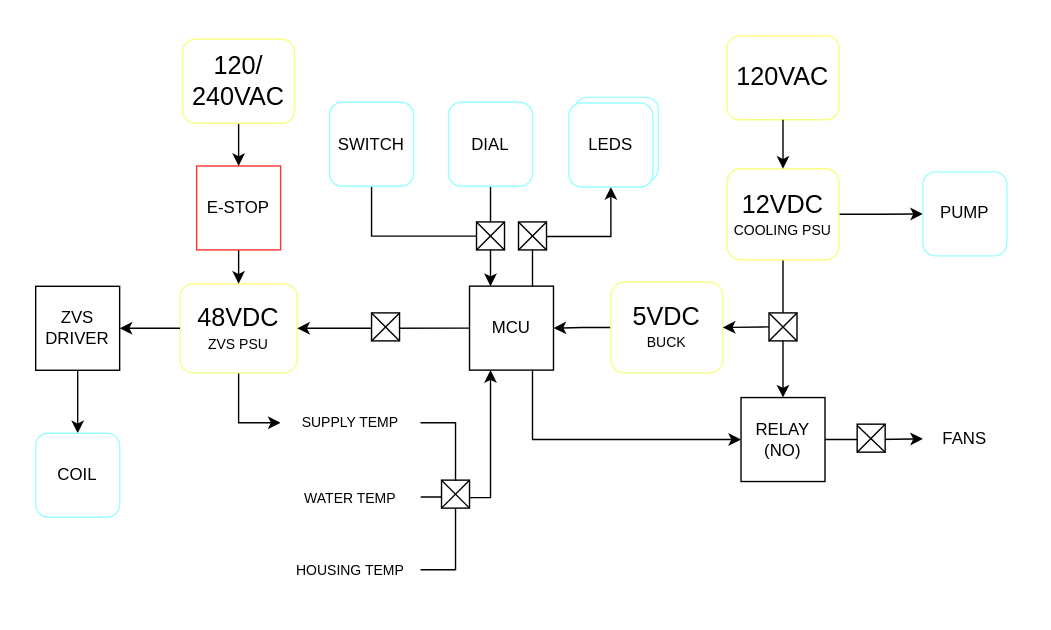
The draw.io diagram assets/system_block.svg in m24842/OpenForge, before a commit. Source tidied: cells renumbered, new cells last; positions are measured from the earlier drawing's top-left corner, leaving out a move shared by most shapes.
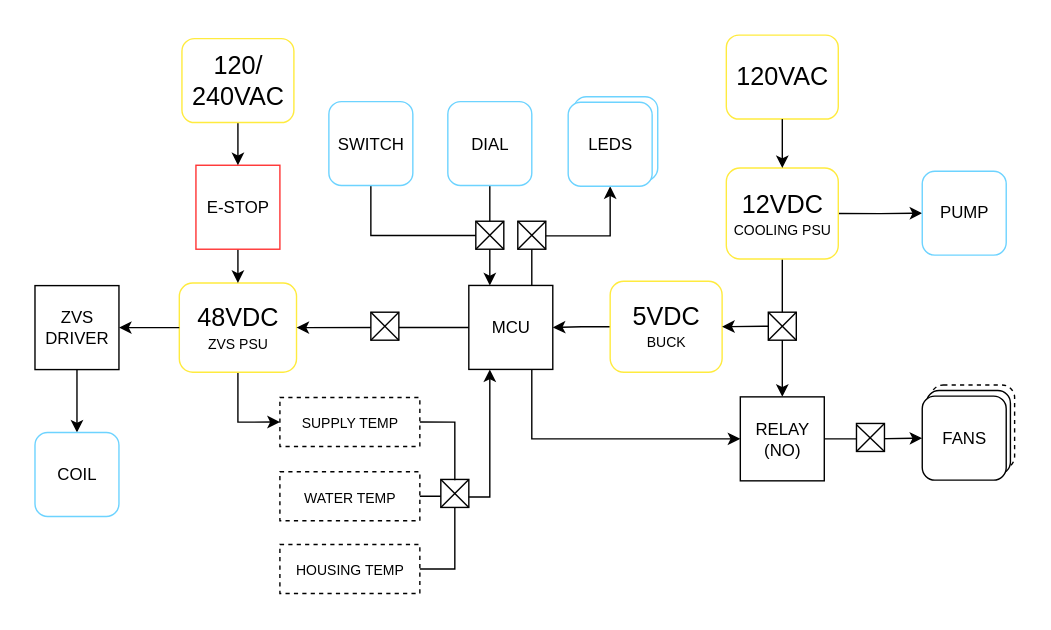
Above is the later version.

Change to the diagram source:
```diff
@@ -2,13 +2,13 @@
   <root>
     <mxCell id="0" />
     <mxCell id="1" parent="0" />
-    <mxCell id="2" value="&lt;font style=&quot;font-size: 18px;&quot;&gt;120VAC&lt;/font&gt;" style="rounded=1;whiteSpace=wrap;html=1;strokeColor=light-dark(#F7FF87,#F7FF87);" parent="1" vertex="1">
+    <mxCell id="2" value="&lt;font style=&quot;font-size: 18px;&quot;&gt;120VAC&lt;/font&gt;" style="rounded=1;whiteSpace=wrap;html=1;strokeColor=light-dark(#FFEB3F,#F7FF87);" parent="1" vertex="1">
       <mxGeometry x="494" width="80" height="60" as="geometry" />
     </mxCell>
     <mxCell id="3" style="edgeStyle=orthogonalEdgeStyle;rounded=0;jettySize=auto;html=1;exitX=0.5;exitY=1;exitDx=0;exitDy=0;entryX=0;entryY=0.5;entryDx=0;entryDy=0;" parent="1" edge="1" source="4" target="54">
       <mxGeometry relative="1" as="geometry" />
     </mxCell>
-    <mxCell id="4" value="&lt;span style=&quot;font-size: 18px;&quot;&gt;48VDC&lt;/span&gt;&lt;div&gt;&lt;font style=&quot;font-size: 10px;&quot;&gt;ZVS PSU&lt;/font&gt;&lt;/div&gt;" style="rounded=1;whiteSpace=wrap;html=1;strokeColor=light-dark(#F7FF87,#F7FF87);" parent="1" vertex="1">
+    <mxCell id="4" value="&lt;span style=&quot;font-size: 18px;&quot;&gt;48VDC&lt;/span&gt;&lt;div&gt;&lt;font style=&quot;font-size: 10px;&quot;&gt;ZVS PSU&lt;/font&gt;&lt;/div&gt;" style="rounded=1;whiteSpace=wrap;html=1;strokeColor=light-dark(#FFEB3F,#F7FF87);" parent="1" vertex="1">
       <mxGeometry x="103.1" y="177.1" width="83.8" height="63.8" as="geometry" />
     </mxCell>
     <mxCell id="5" style="edgeStyle=orthogonalEdgeStyle;rounded=0;jettySize=auto;html=1;exitX=0.5;exitY=1;exitDx=0;exitDy=0;entryX=0.5;entryY=0;entryDx=0;entryDy=0;" parent="1" edge="1" source="7" target="52">
@@ -17,7 +17,7 @@
     <mxCell id="6" style="edgeStyle=orthogonalEdgeStyle;rounded=0;jettySize=auto;html=1;exitX=1;exitY=0.5;exitDx=0;exitDy=0;entryX=0;entryY=0.5;entryDx=0;entryDy=0;" parent="1" edge="1" source="7" target="47">
       <mxGeometry relative="1" as="geometry" />
     </mxCell>
-    <mxCell id="7" value="&lt;span style=&quot;font-size: 18px;&quot;&gt;12VDC&lt;/span&gt;&lt;div&gt;&lt;font size=&quot;1&quot;&gt;COOLING PSU&lt;/font&gt;&lt;/div&gt;" style="rounded=1;whiteSpace=wrap;html=1;strokeColor=light-dark(#F7FF87,#F7FF87);" parent="1" vertex="1">
+    <mxCell id="7" value="&lt;span style=&quot;font-size: 18px;&quot;&gt;12VDC&lt;/span&gt;&lt;div&gt;&lt;font size=&quot;1&quot;&gt;COOLING PSU&lt;/font&gt;&lt;/div&gt;" style="rounded=1;whiteSpace=wrap;html=1;strokeColor=light-dark(#FFEB3F,#F7FF87);" parent="1" vertex="1">
       <mxGeometry x="494" y="95" width="80" height="65" as="geometry" />
     </mxCell>
     <mxCell id="8" style="edgeStyle=orthogonalEdgeStyle;rounded=0;jettySize=auto;html=1;exitX=0.5;exitY=1;exitDx=0;exitDy=0;entryX=0.5;entryY=0;entryDx=0;entryDy=0;" parent="1" edge="1" source="9" target="16">
@@ -37,7 +37,7 @@
         <mxPoint x="300" y="318" as="targetPoint" />
       </mxGeometry>
     </mxCell>
-    <mxCell id="13" value="&lt;font&gt;WATER TEMP&lt;/font&gt;" style="text;html=1;whiteSpace=wrap;strokeColor=light-dark(#FFFFFF,#FFFFFF);fillColor=none;align=center;verticalAlign=middle;rounded=0;strokeWidth=1;dashed=1;fontSize=10;" parent="1" vertex="1">
+    <mxCell id="13" value="&lt;font&gt;WATER TEMP&lt;/font&gt;" style="text;html=1;whiteSpace=wrap;strokeColor=default;fillColor=none;align=center;verticalAlign=middle;rounded=0;strokeWidth=1;dashed=1;fontSize=10;" parent="1" vertex="1">
       <mxGeometry x="175" y="312" width="100" height="35" as="geometry" />
     </mxCell>
     <mxCell id="14" style="edgeStyle=orthogonalEdgeStyle;rounded=0;jettySize=auto;html=1;exitX=1;exitY=0.5;exitDx=0;exitDy=0;entryX=0.25;entryY=1;entryDx=0;entryDy=0;" parent="1" edge="1" source="15" target="55">
@@ -49,10 +49,10 @@
         </Array>
       </mxGeometry>
     </mxCell>
-    <mxCell id="15" value="HOUSING TEMP" style="text;html=1;whiteSpace=wrap;strokeColor=light-dark(#FFFFFF,#FFFFFF);fillColor=none;align=center;verticalAlign=middle;rounded=0;strokeWidth=1;dashed=1;fontSize=10;" parent="1" vertex="1">
+    <mxCell id="15" value="HOUSING TEMP" style="text;html=1;whiteSpace=wrap;strokeColor=default;fillColor=none;align=center;verticalAlign=middle;rounded=0;strokeWidth=1;dashed=1;fontSize=10;" parent="1" vertex="1">
       <mxGeometry x="175" y="364" width="100" height="35" as="geometry" />
     </mxCell>
-    <mxCell id="16" value="COIL" style="rounded=1;whiteSpace=wrap;html=1;strokeColor=light-dark(#99FFFF,#99FFFF);" parent="1" vertex="1">
+    <mxCell id="16" value="COIL" style="rounded=1;whiteSpace=wrap;html=1;strokeColor=light-dark(#6DD3FF,#99FFFF);" parent="1" vertex="1">
       <mxGeometry y="284" width="60" height="60" as="geometry" />
     </mxCell>
     <mxCell id="17" style="edgeStyle=orthogonalEdgeStyle;rounded=0;jettySize=auto;html=1;exitX=0;exitY=0.5;exitDx=0;exitDy=0;entryX=1;entryY=0.5;entryDx=0;entryDy=0;" parent="1" edge="1" source="55" target="4">
@@ -157,19 +157,19 @@
         <mxPoint as="sourcePoint" />
       </mxGeometry>
     </mxCell>
-    <mxCell id="47" value="PUMP" style="rounded=1;whiteSpace=wrap;html=1;strokeColor=light-dark(#99FFFF,#99FFFF);" parent="1" vertex="1">
+    <mxCell id="47" value="PUMP" style="rounded=1;whiteSpace=wrap;html=1;strokeColor=light-dark(#6DD3FF,#99FFFF);" parent="1" vertex="1">
       <mxGeometry x="634" y="97.2" width="60" height="60" as="geometry" />
     </mxCell>
     <mxCell id="48" style="group;strokeColor=none;" parent="1" vertex="1">
       <mxGeometry x="634" y="250" width="66" height="68" as="geometry" />
     </mxCell>
-    <mxCell id="49" value="FANS" style="rounded=1;whiteSpace=wrap;html=1;dashed=1;strokeColor=light-dark(transparent,#99FFFF);" parent="48" vertex="1">
+    <mxCell id="49" value="FANS" style="rounded=1;whiteSpace=wrap;html=1;dashed=1;strokeColor=default;" parent="48" vertex="1">
       <mxGeometry x="6" width="60" height="60" as="geometry" />
     </mxCell>
-    <mxCell id="50" value="FANS" style="rounded=1;whiteSpace=wrap;html=1;strokeColor=light-dark(transparent,#99FFFF);" parent="48" vertex="1">
+    <mxCell id="50" value="FANS" style="rounded=1;whiteSpace=wrap;html=1;strokeColor=default;" parent="48" vertex="1">
       <mxGeometry x="3" y="4" width="60" height="60" as="geometry" />
     </mxCell>
-    <mxCell id="51" value="FANS" style="rounded=1;whiteSpace=wrap;html=1;strokeColor=light-dark(transparent,#99FFFF);" parent="48" vertex="1">
+    <mxCell id="51" value="FANS" style="rounded=1;whiteSpace=wrap;html=1;strokeColor=default;" parent="48" vertex="1">
       <mxGeometry y="8" width="60" height="60" as="geometry" />
     </mxCell>
     <mxCell id="52" value="RELAY&lt;div&gt;(NO)&lt;/div&gt;" style="rounded=0;whiteSpace=wrap;html=1;" parent="1" vertex="1">
@@ -180,7 +180,7 @@
         <mxPoint x="300" y="318" as="targetPoint" />
       </mxGeometry>
     </mxCell>
-    <mxCell id="54" value="&lt;font&gt;SUPPLY TEMP&lt;/font&gt;" style="text;html=1;whiteSpace=wrap;strokeColor=light-dark(#FFFFFF,#FFFFFF);fillColor=none;align=center;verticalAlign=middle;rounded=0;strokeWidth=1;dashed=1;fontSize=10;" parent="1" vertex="1">
+    <mxCell id="54" value="&lt;font&gt;SUPPLY TEMP&lt;/font&gt;" style="text;html=1;whiteSpace=wrap;strokeColor=default;fillColor=none;align=center;verticalAlign=middle;rounded=0;strokeWidth=1;dashed=1;fontSize=10;" parent="1" vertex="1">
       <mxGeometry x="175" y="259" width="100" height="35" as="geometry" />
     </mxCell>
     <mxCell id="55" value="MCU" style="rounded=0;whiteSpace=wrap;html=1;" parent="1" vertex="1">
@@ -192,13 +192,13 @@
     <mxCell id="57" value="E-STOP" style="rounded=0;whiteSpace=wrap;html=1;strokeColor=light-dark(#FF3333,#FF3333);" parent="1" vertex="1">
       <mxGeometry x="115" y="93" width="60" height="60" as="geometry" />
     </mxCell>
-    <mxCell id="58" value="&lt;span style=&quot;font-size: 18px;&quot;&gt;5VDC&lt;/span&gt;&lt;div&gt;&lt;font size=&quot;1&quot;&gt;BUCK&lt;/font&gt;&lt;/div&gt;" style="rounded=1;whiteSpace=wrap;html=1;strokeColor=light-dark(#F7FF87,#F7FF87);" parent="1" vertex="1">
+    <mxCell id="58" value="&lt;span style=&quot;font-size: 18px;&quot;&gt;5VDC&lt;/span&gt;&lt;div&gt;&lt;font size=&quot;1&quot;&gt;BUCK&lt;/font&gt;&lt;/div&gt;" style="rounded=1;whiteSpace=wrap;html=1;strokeColor=light-dark(#FFEB3F,#F7FF87);" parent="1" vertex="1">
       <mxGeometry x="411" y="175.9" width="80" height="65" as="geometry" />
     </mxCell>
     <mxCell id="59" style="edgeStyle=orthogonalEdgeStyle;rounded=0;jettySize=auto;html=1;exitX=0.5;exitY=1;exitDx=0;exitDy=0;entryX=0.5;entryY=0;entryDx=0;entryDy=0;" parent="1" edge="1" source="60" target="57">
       <mxGeometry relative="1" as="geometry" />
     </mxCell>
-    <mxCell id="60" value="&lt;font style=&quot;font-size: 18px;&quot;&gt;120/&lt;/font&gt;&lt;div&gt;&lt;font style=&quot;font-size: 18px;&quot;&gt;240VAC&lt;/font&gt;&lt;/div&gt;" style="rounded=1;whiteSpace=wrap;html=1;strokeColor=light-dark(#F7FF87,#F7FF87);" parent="1" vertex="1">
+    <mxCell id="60" value="&lt;font style=&quot;font-size: 18px;&quot;&gt;120/&lt;/font&gt;&lt;div&gt;&lt;font style=&quot;font-size: 18px;&quot;&gt;240VAC&lt;/font&gt;&lt;/div&gt;" style="rounded=1;whiteSpace=wrap;html=1;strokeColor=light-dark(#FFEB3F,#F7FF87);" parent="1" vertex="1">
       <mxGeometry x="105" y="2.5" width="80" height="60" as="geometry" />
     </mxCell>
     <mxCell id="61" style="edgeStyle=none;rounded=0;jettySize=auto;html=1;exitX=0;exitY=0.5;exitDx=0;exitDy=0;entryX=1;entryY=0.5;entryDx=0;entryDy=0;" parent="1" edge="1" source="22" target="58">
@@ -207,19 +207,19 @@
     <mxCell id="62" style="edgeStyle=none;rounded=0;jettySize=auto;html=1;exitX=0.5;exitY=1;exitDx=0;exitDy=0;entryX=0.5;entryY=0;entryDx=0;entryDy=0;endArrow=none;endFill=0;" parent="1" edge="1" source="63" target="39">
       <mxGeometry relative="1" as="geometry" />
     </mxCell>
-    <mxCell id="63" value="DIAL" style="rounded=1;whiteSpace=wrap;html=1;strokeColor=light-dark(#99FFFF,#99FFFF);" parent="1" vertex="1">
+    <mxCell id="63" value="DIAL" style="rounded=1;whiteSpace=wrap;html=1;strokeColor=light-dark(#6DD3FF,#99FFFF);" parent="1" vertex="1">
       <mxGeometry x="295" y="47.5" width="60" height="60" as="geometry" />
     </mxCell>
-    <mxCell id="64" value="SWITCH" style="rounded=1;whiteSpace=wrap;html=1;strokeColor=light-dark(#99FFFF,#99FFFF);" parent="1" vertex="1">
+    <mxCell id="64" value="SWITCH" style="rounded=1;whiteSpace=wrap;html=1;strokeColor=light-dark(#6DD3FF,#99FFFF);" parent="1" vertex="1">
       <mxGeometry x="210" y="47.5" width="60" height="60" as="geometry" />
     </mxCell>
-    <mxCell id="65" style="group;" parent="1" vertex="1">
+    <mxCell id="65" style="group;strokeColor=none;" parent="1" vertex="1">
       <mxGeometry x="380" y="44" width="65" height="64" as="geometry" />
     </mxCell>
-    <mxCell id="66" value="LEDs" style="rounded=1;whiteSpace=wrap;html=1;strokeColor=light-dark(#99FFFF,#99FFFF);" parent="65" vertex="1">
+    <mxCell id="66" value="LEDs" style="rounded=1;whiteSpace=wrap;html=1;strokeColor=light-dark(#6DD3FF,#99FFFF);" parent="65" vertex="1">
       <mxGeometry x="5" width="60" height="60" as="geometry" />
     </mxCell>
-    <mxCell id="67" value="LEDS" style="rounded=1;whiteSpace=wrap;html=1;strokeColor=light-dark(#99FFFF,#99FFFF);" parent="65" vertex="1">
+    <mxCell id="67" value="LEDS" style="rounded=1;whiteSpace=wrap;html=1;strokeColor=light-dark(#6DD3FF,#99FFFF);" parent="65" vertex="1">
       <mxGeometry x="1" y="4" width="60" height="60" as="geometry" />
     </mxCell>
   </root>
```
